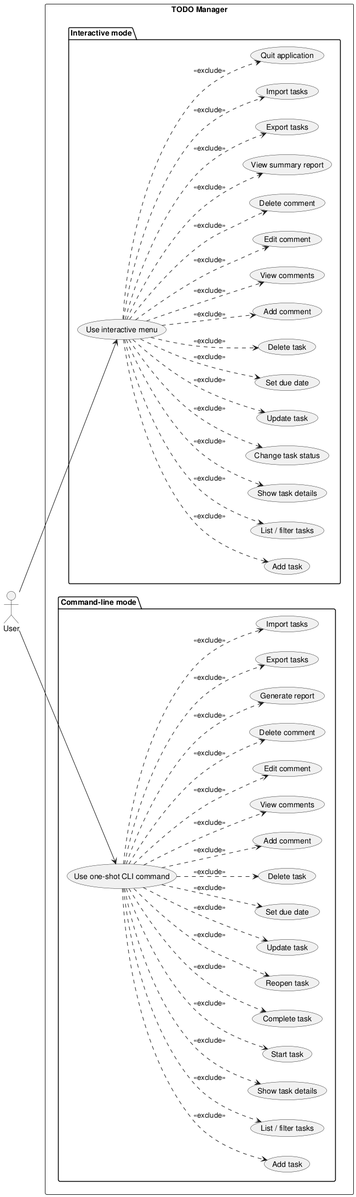
This is experiments/pipeline/user_stories/TODO/artifacts/use_case_diagram.png from DanielRiha8906/Software_autoevolution_using_agents, a PlantUML export, as it was before one commit. Its diagram source:
```plantuml
@startuml use_case_diagram

left to right direction

actor User

rectangle "TODO Manager" {

  package "Interactive mode" {
    usecase "Use interactive menu" as UI
    usecase "Add task" as I_ADD
    usecase "List / filter tasks" as I_LIST
    usecase "Show task details" as I_SHOW
    usecase "Change task status" as I_STATUS
    usecase "Update task" as I_UPDATE
    usecase "Set due date" as I_DUEDATE
    usecase "Delete task" as I_DELETE
    usecase "Add comment" as I_COMMENT_ADD
    usecase "View comments" as I_COMMENT_VIEW
    usecase "Edit comment" as I_COMMENT_EDIT
    usecase "Delete comment" as I_COMMENT_DELETE
    usecase "View summary report" as I_REPORT
    usecase "Export tasks" as I_EXPORT
    usecase "Import tasks" as I_IMPORT
    usecase "Quit application" as I_QUIT
  }

  package "Command-line mode" {
    usecase "Use one-shot CLI command" as CLI
    usecase "Add task" as C_ADD
    usecase "List / filter tasks" as C_LIST
    usecase "Show task details" as C_SHOW
    usecase "Start task" as C_START
    usecase "Complete task" as C_DONE
    usecase "Reopen task" as C_REOPEN
    usecase "Update task" as C_UPDATE
    usecase "Set due date" as C_DUEDATE
    usecase "Delete task" as C_DELETE
    usecase "Add comment" as C_COMMENT_ADD
    usecase "View comments" as C_COMMENT_VIEW
    usecase "Edit comment" as C_COMMENT_EDIT
    usecase "Delete comment" as C_COMMENT_DELETE
    usecase "Generate report" as C_REPORT
    usecase "Export tasks" as C_EXPORT
    usecase "Import tasks" as C_IMPORT
  }
}

User --> UI
User --> CLI

UI ..> I_ADD      : <<exclude>>
UI ..> I_LIST     : <<exclude>>
UI ..> I_SHOW     : <<exclude>>
UI ..> I_STATUS   : <<exclude>>
UI ..> I_UPDATE   : <<exclude>>
UI ..> I_DUEDATE  : <<exclude>>
UI ..> I_DELETE   : <<exclude>>
UI ..> I_COMMENT_ADD : <<exclude>>
UI ..> I_COMMENT_VIEW : <<exclude>>
UI ..> I_COMMENT_EDIT : <<exclude>>
UI ..> I_COMMENT_DELETE : <<exclude>>
UI ..> I_REPORT   : <<exclude>>
UI ..> I_EXPORT   : <<exclude>>
UI ..> I_IMPORT   : <<exclude>>
UI ..> I_QUIT     : <<exclude>>

CLI ..> C_ADD     : <<exclude>>
CLI ..> C_LIST    : <<exclude>>
CLI ..> C_SHOW    : <<exclude>>
CLI ..> C_START   : <<exclude>>
CLI ..> C_DONE    : <<exclude>>
CLI ..> C_REOPEN  : <<exclude>>
CLI ..> C_UPDATE  : <<exclude>>
CLI ..> C_DUEDATE : <<exclude>>
CLI ..> C_DELETE  : <<exclude>>
CLI ..> C_COMMENT_ADD : <<exclude>>
CLI ..> C_COMMENT_VIEW : <<exclude>>
CLI ..> C_COMMENT_EDIT : <<exclude>>
CLI ..> C_COMMENT_DELETE : <<exclude>>
CLI ..> C_REPORT  : <<exclude>>
CLI ..> C_EXPORT  : <<exclude>>
CLI ..> C_IMPORT  : <<exclude>>

@enduml
```
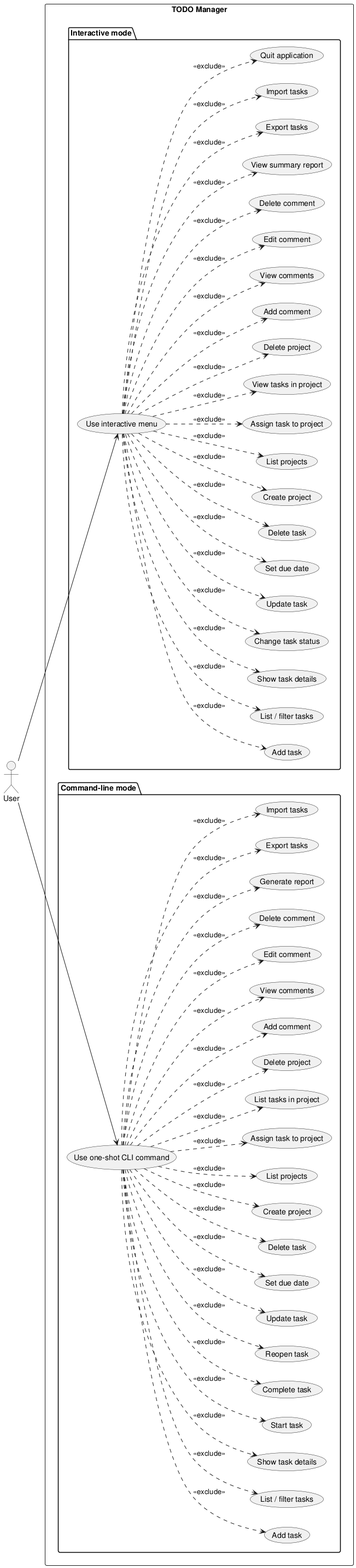
Later version of the same file.

Change to the diagram source:
```diff
@@ -15,6 +15,11 @@
     usecase "Update task" as I_UPDATE
     usecase "Set due date" as I_DUEDATE
     usecase "Delete task" as I_DELETE
+    usecase "Create project" as I_PROJECT_CREATE
+    usecase "List projects" as I_PROJECT_LIST
+    usecase "Assign task to project" as I_PROJECT_ASSIGN
+    usecase "View tasks in project" as I_PROJECT_VIEW
+    usecase "Delete project" as I_PROJECT_DELETE
     usecase "Add comment" as I_COMMENT_ADD
     usecase "View comments" as I_COMMENT_VIEW
     usecase "Edit comment" as I_COMMENT_EDIT
@@ -36,6 +41,11 @@
     usecase "Update task" as C_UPDATE
     usecase "Set due date" as C_DUEDATE
     usecase "Delete task" as C_DELETE
+    usecase "Create project" as C_PROJECT_CREATE
+    usecase "List projects" as C_PROJECT_LIST
+    usecase "Assign task to project" as C_PROJECT_ASSIGN
+    usecase "List tasks in project" as C_PROJECT_VIEW
+    usecase "Delete project" as C_PROJECT_DELETE
     usecase "Add comment" as C_COMMENT_ADD
     usecase "View comments" as C_COMMENT_VIEW
     usecase "Edit comment" as C_COMMENT_EDIT
@@ -56,6 +66,11 @@
 UI ..> I_UPDATE   : <<exclude>>
 UI ..> I_DUEDATE  : <<exclude>>
 UI ..> I_DELETE   : <<exclude>>
+UI ..> I_PROJECT_CREATE : <<exclude>>
+UI ..> I_PROJECT_LIST : <<exclude>>
+UI ..> I_PROJECT_ASSIGN : <<exclude>>
+UI ..> I_PROJECT_VIEW : <<exclude>>
+UI ..> I_PROJECT_DELETE : <<exclude>>
 UI ..> I_COMMENT_ADD : <<exclude>>
 UI ..> I_COMMENT_VIEW : <<exclude>>
 UI ..> I_COMMENT_EDIT : <<exclude>>
@@ -74,6 +89,11 @@
 CLI ..> C_UPDATE  : <<exclude>>
 CLI ..> C_DUEDATE : <<exclude>>
 CLI ..> C_DELETE  : <<exclude>>
+CLI ..> C_PROJECT_CREATE : <<exclude>>
+CLI ..> C_PROJECT_LIST : <<exclude>>
+CLI ..> C_PROJECT_ASSIGN : <<exclude>>
+CLI ..> C_PROJECT_VIEW : <<exclude>>
+CLI ..> C_PROJECT_DELETE : <<exclude>>
 CLI ..> C_COMMENT_ADD : <<exclude>>
 CLI ..> C_COMMENT_VIEW : <<exclude>>
 CLI ..> C_COMMENT_EDIT : <<exclude>>
```
